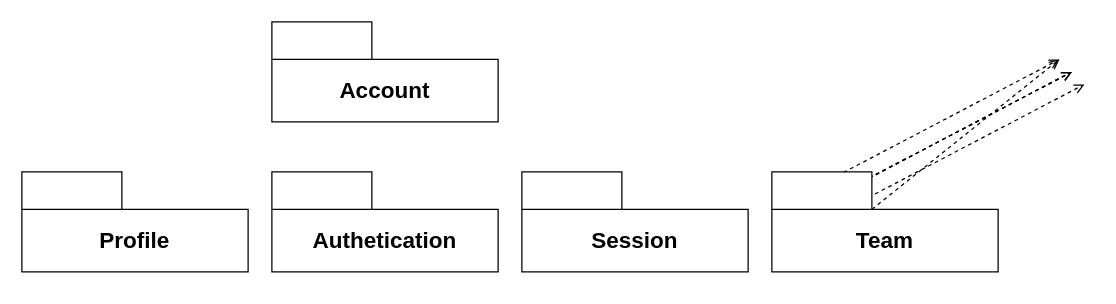
Before: page "Package diagram - Account" (15 of 25) of doc/dial_editor.drawio in zz0-0/dial_editor, a draw.io diagram. Source tidied: cells renumbered, new cells numbered last; positions are measured from the earlier drawing's top-left corner, leaving out a move shared by most shapes. Both pictures are drawn from the tidied source at 125%, with x=0, y=0 at pixel (21, 21).
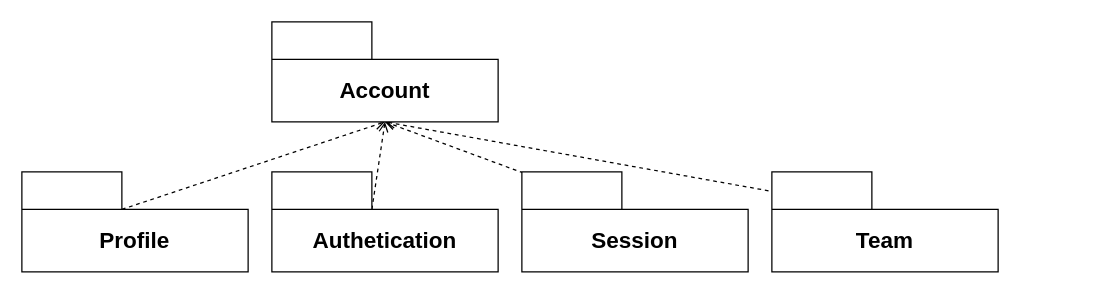
The same diagram, later.

The change refers to these unchanged cells:
```xml
<mxCell id="8" value="Account" style="shape=folder;fontStyle=1;tabWidth=80;tabHeight=30;tabPosition=left;html=1;boundedLbl=1;whiteSpace=wrap;fontSize=18;" parent="1" vertex="1">
  <mxGeometry x="200" width="181" height="80" as="geometry" />
</mxCell>
<mxCell id="9" value="Profile" style="shape=folder;fontStyle=1;tabWidth=80;tabHeight=30;tabPosition=left;html=1;boundedLbl=1;whiteSpace=wrap;fontSize=18;" parent="1" vertex="1">
  <mxGeometry y="120" width="181" height="80" as="geometry" />
</mxCell>
<mxCell id="10" value="Authetication" style="shape=folder;fontStyle=1;tabWidth=80;tabHeight=30;tabPosition=left;html=1;boundedLbl=1;whiteSpace=wrap;fontSize=18;" parent="1" vertex="1">
  <mxGeometry x="200" y="120" width="181" height="80" as="geometry" />
</mxCell>
<mxCell id="11" value="Session" style="shape=folder;fontStyle=1;tabWidth=80;tabHeight=30;tabPosition=left;html=1;boundedLbl=1;whiteSpace=wrap;fontSize=18;" parent="1" vertex="1">
  <mxGeometry x="400" y="120" width="181" height="80" as="geometry" />
</mxCell>
<mxCell id="13" value="Team" style="shape=folder;fontStyle=1;tabWidth=80;tabHeight=30;tabPosition=left;html=1;boundedLbl=1;whiteSpace=wrap;fontSize=18;" parent="1" vertex="1">
  <mxGeometry x="600" y="120" width="181" height="80" as="geometry" />
</mxCell>
```

The edit, as a diff of the source:
```diff
@@
-    <mxCell id="2" style="html=1;verticalAlign=bottom;labelBackgroundColor=none;endArrow=open;endFill=0;dashed=1;rounded=0;exitX=0;exitY=0;exitDx=80;exitDy=30;exitPerimeter=0;entryX=0.5;entryY=1;entryDx=0;entryDy=0;entryPerimeter=0;" parent="1" edge="1">
-      <mxGeometry relative="1" as="geometry">
-        <mxPoint x="620" y="140" as="sourcePoint" />
-        <mxPoint x="830" y="30" as="targetPoint" />
-      </mxGeometry>
+    <mxCell id="2" style="html=1;verticalAlign=bottom;labelBackgroundColor=none;endArrow=open;endFill=0;dashed=1;rounded=0;exitX=0;exitY=0;exitDx=80;exitDy=30;exitPerimeter=0;entryX=0.5;entryY=1;entryDx=0;entryDy=0;entryPerimeter=0;" parent="1" edge="1" source="10" target="8">
+      <mxGeometry relative="1" as="geometry" />
     </mxCell>
-    <mxCell id="3" style="html=1;verticalAlign=bottom;labelBackgroundColor=none;endArrow=open;endFill=0;dashed=1;rounded=0;exitX=0;exitY=0;exitDx=80;exitDy=30;exitPerimeter=0;entryX=0.5;entryY=1;entryDx=0;entryDy=0;entryPerimeter=0;" parent="1" edge="1">
-      <mxGeometry relative="1" as="geometry">
-        <mxPoint x="630" y="150" as="sourcePoint" />
-        <mxPoint x="840" y="40" as="targetPoint" />
-      </mxGeometry>
-    </mxCell>
-    <mxCell id="4" style="html=1;verticalAlign=bottom;labelBackgroundColor=none;endArrow=open;endFill=0;dashed=1;rounded=0;exitX=0;exitY=0;exitDx=80;exitDy=30;exitPerimeter=0;entryX=0.5;entryY=1;entryDx=0;entryDy=0;entryPerimeter=0;" parent="1" edge="1" source="13">
-      <mxGeometry relative="1" as="geometry">
-        <mxPoint x="830" y="30" as="targetPoint" />
-      </mxGeometry>
-    </mxCell>
-    <mxCell id="5" style="html=1;verticalAlign=bottom;labelBackgroundColor=none;endArrow=open;endFill=0;dashed=1;rounded=0;exitX=0;exitY=0;exitDx=80;exitDy=30;exitPerimeter=0;entryX=0.5;entryY=1;entryDx=0;entryDy=0;entryPerimeter=0;" parent="1" edge="1">
-      <mxGeometry relative="1" as="geometry">
-        <mxPoint x="630" y="150" as="sourcePoint" />
-        <mxPoint x="840" y="40" as="targetPoint" />
-      </mxGeometry>
+    <mxCell id="5" style="html=1;verticalAlign=bottom;labelBackgroundColor=none;endArrow=open;endFill=0;dashed=1;rounded=0;exitX=0;exitY=0;exitDx=80;exitDy=30;exitPerimeter=0;entryX=0.5;entryY=1;entryDx=0;entryDy=0;entryPerimeter=0;" parent="1" edge="1" source="11" target="8">
+      <mxGeometry relative="1" as="geometry" />
     </mxCell>
-    <mxCell id="6" style="html=1;verticalAlign=bottom;labelBackgroundColor=none;endArrow=open;endFill=0;dashed=1;rounded=0;exitX=0;exitY=0;exitDx=80;exitDy=30;exitPerimeter=0;entryX=0.5;entryY=1;entryDx=0;entryDy=0;entryPerimeter=0;" parent="1" edge="1">
-      <mxGeometry relative="1" as="geometry">
-        <mxPoint x="630" y="150" as="sourcePoint" />
-        <mxPoint x="840" y="40" as="targetPoint" />
-      </mxGeometry>
+    <mxCell id="6" style="html=1;verticalAlign=bottom;labelBackgroundColor=none;endArrow=open;endFill=0;dashed=1;rounded=0;exitX=0;exitY=0;exitDx=80;exitDy=30;exitPerimeter=0;entryX=0.5;entryY=1;entryDx=0;entryDy=0;entryPerimeter=0;" parent="1" edge="1" source="9" target="8">
+      <mxGeometry relative="1" as="geometry" />
     </mxCell>
-    <mxCell id="7" style="html=1;verticalAlign=bottom;labelBackgroundColor=none;endArrow=open;endFill=0;dashed=1;rounded=0;exitX=0;exitY=0;exitDx=80;exitDy=30;exitPerimeter=0;entryX=0.5;entryY=1;entryDx=0;entryDy=0;entryPerimeter=0;" parent="1" edge="1">
-      <mxGeometry relative="1" as="geometry">
-        <mxPoint x="640" y="160" as="sourcePoint" />
-        <mxPoint x="850" y="50" as="targetPoint" />
-      </mxGeometry>
+    <mxCell id="7" style="html=1;verticalAlign=bottom;labelBackgroundColor=none;endArrow=open;endFill=0;dashed=1;rounded=0;exitX=0;exitY=0;exitDx=80;exitDy=30;exitPerimeter=0;entryX=0.5;entryY=1;entryDx=0;entryDy=0;entryPerimeter=0;" parent="1" edge="1" source="13" target="8">
+      <mxGeometry relative="1" as="geometry" />
     </mxCell>
```
